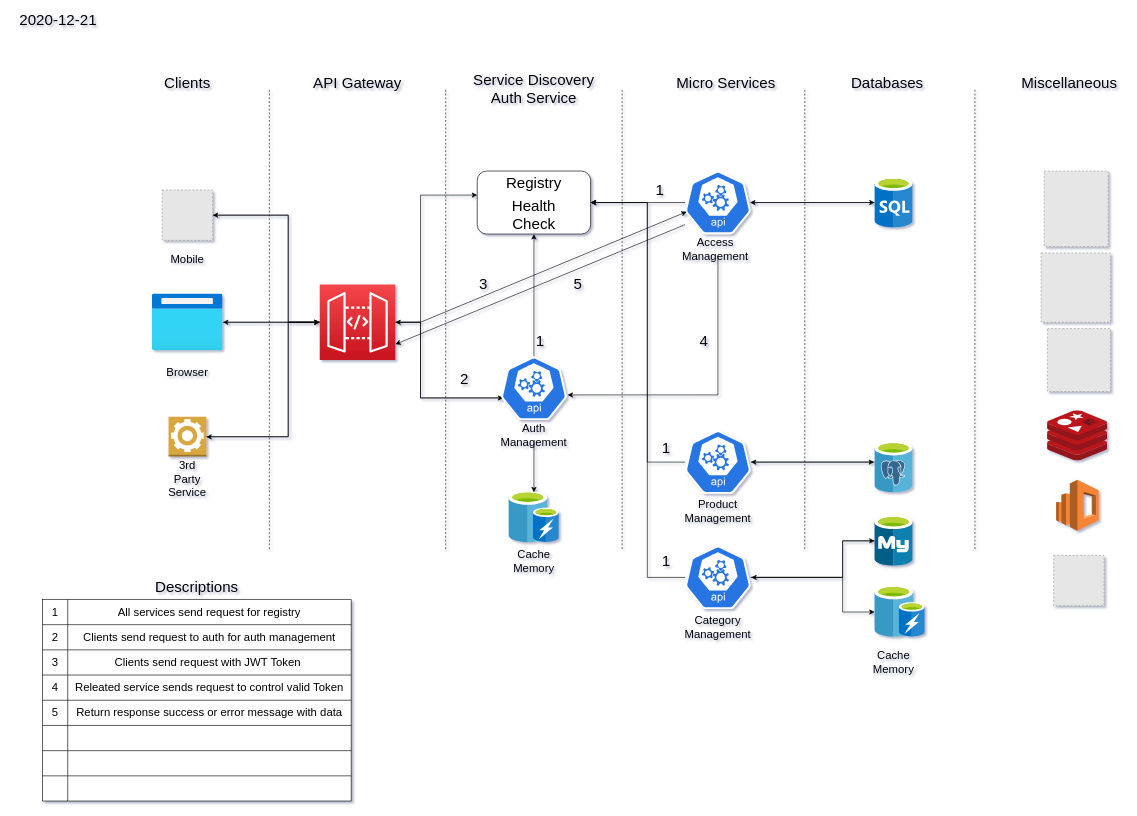
eeefbal/draw.io-integrations keeps this draw.io diagram as page "MS Arc Detail" (2 of 4) of MSArchitecture.drawio. Above is the earlier version. Source tidied: cells renumbered, new cells numbered last; positions are measured from the earlier drawing's top-left corner, leaving out a move shared by most shapes. Both pictures are drawn from the tidied source at 63%, with x=0, y=0 at pixel (11, 13). Pictures stored in the file or linked from it are replaced by grey dashed boxes.
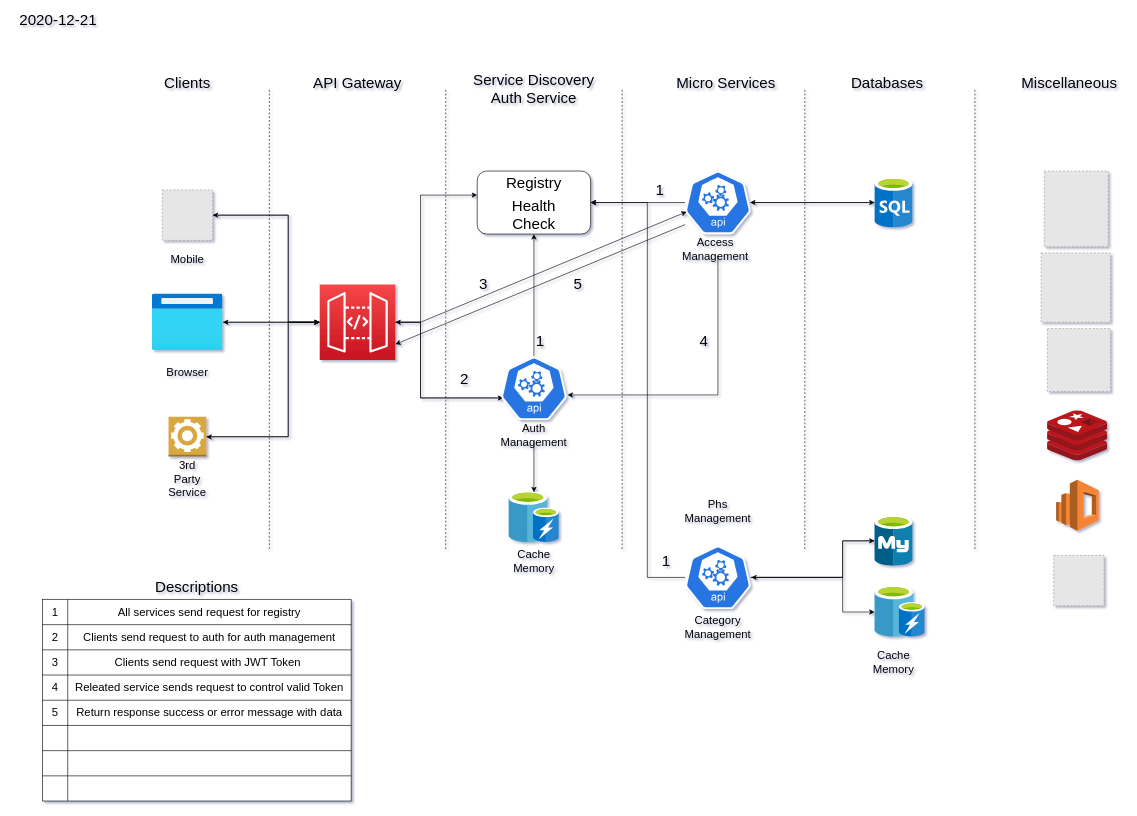
The same page after the edit.

The change refers to these unchanged cells:
```xml
<mxCell id="54" style="rounded=1;whiteSpace=wrap;html=1;" parent="1" vertex="1">
  <mxGeometry x="740" y="250" width="180" height="100" as="geometry" />
</mxCell>
```

Change to the diagram source:
```diff
@@
-    <mxCell id="18" style="edgeStyle=orthogonalEdgeStyle;rounded=0;jettySize=auto;html=1;" parent="1" edge="1" source="19" target="29">
-      <mxGeometry relative="1" as="geometry">
-        <Array as="points">
-          <mxPoint x="1320" y="712" />
-          <mxPoint x="1320" y="712" />
-        </Array>
-      </mxGeometry>
-    </mxCell>
-    <mxCell id="19" style="html=1;points=[];align=center;image;fontSize=12;image=img/lib/mscae/Azure_Database_for_PostgreSQL_servers.svg;" parent="1" vertex="1">
-      <mxGeometry x="1370.8" y="680" width="60.8" height="80" as="geometry" />
-    </mxCell>
@@
-    <mxCell id="27" style="edgeStyle=orthogonalEdgeStyle;rounded=0;jettySize=auto;html=1;entryX=1;entryY=0.5;entryDx=0;entryDy=0;" parent="1" edge="1" source="29" target="54">
-      <mxGeometry relative="1" as="geometry">
-        <Array as="points">
-          <mxPoint x="1010" y="712" />
-          <mxPoint x="1010" y="300" />
-        </Array>
-      </mxGeometry>
-    </mxCell>
-    <mxCell id="28" style="edgeStyle=orthogonalEdgeStyle;rounded=0;jettySize=auto;html=1;entryX=-0.013;entryY=0.4;entryDx=0;entryDy=0;entryPerimeter=0;" parent="1" edge="1" source="29" target="19">
-      <mxGeometry relative="1" as="geometry" />
-    </mxCell>
-    <mxCell id="29" style="html=1;dashed=0;whitespace=wrap;fillColor=#2875E2;strokeColor=#ffffff;points=[[0.005,0.63,0],[0.1,0.2,0],[0.9,0.2,0],[0.5,0,0],[0.995,0.63,0],[0.72,0.99,0],[0.5,1,0],[0.28,0.99,0]];shape=mxgraph.kubernetes.icon;prIcon=api;" parent="1" vertex="1">
-      <mxGeometry x="1070" y="627" width="104.2" height="170" as="geometry" />
-    </mxCell>
@@
-    <mxCell id="45" value="&lt;font style=&quot;font-size: 18px&quot;&gt;Product Management&lt;/font&gt;" style="text;html=1;strokeColor=none;fillColor=none;align=center;verticalAlign=middle;whiteSpace=wrap;rounded=0;" parent="1" vertex="1">
+    <mxCell id="45" value="&lt;font style=&quot;font-size: 18px&quot;&gt;Phs Management&lt;/font&gt;" style="text;html=1;strokeColor=none;fillColor=none;align=center;verticalAlign=middle;whiteSpace=wrap;rounded=0;" parent="1" vertex="1">
       <mxGeometry x="1102.1" y="780" width="40" height="20" as="geometry" />
     </mxCell>
@@
-    <mxCell id="99" value="&lt;font style=&quot;font-size: 24px&quot;&gt;1&lt;/font&gt;" style="text;html=1;strokeColor=none;fillColor=none;align=center;verticalAlign=middle;whiteSpace=wrap;rounded=0;" parent="1" vertex="1">
-      <mxGeometry x="1020" y="680" width="40" height="20" as="geometry" />
-    </mxCell>
```
